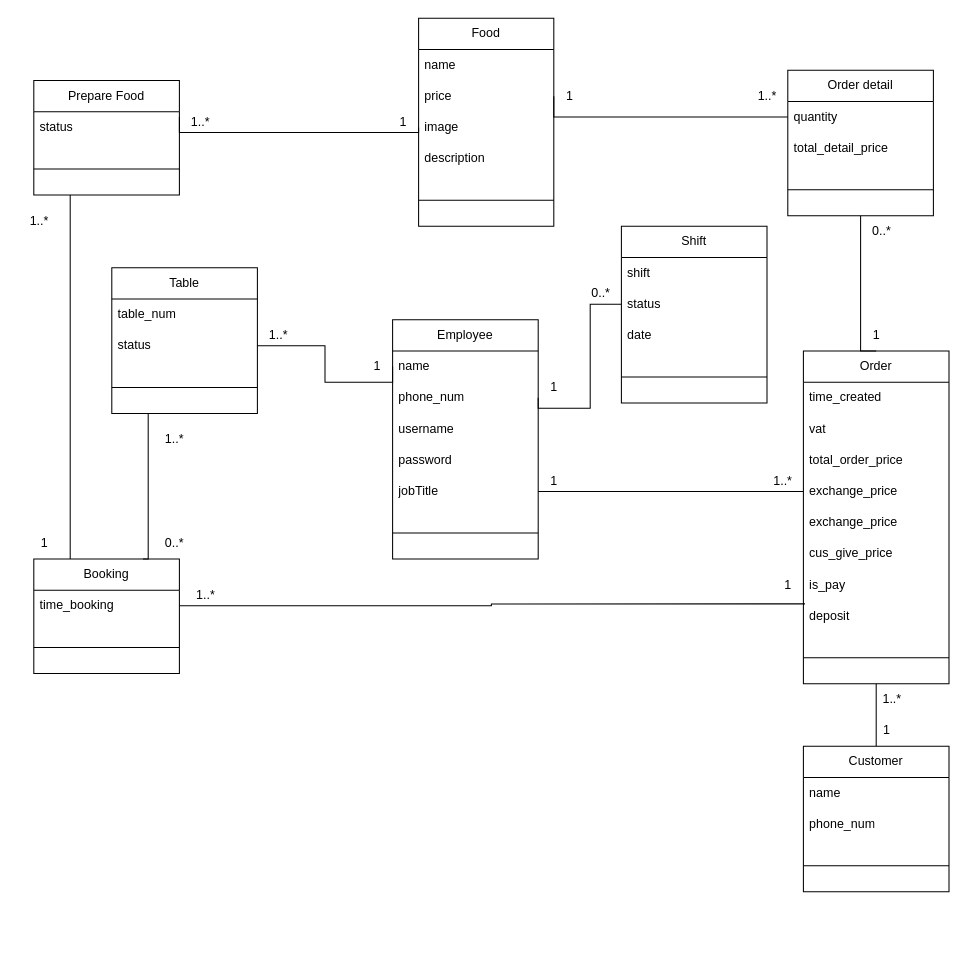
This is class-diagram.drawio from MaiNhatHoangY2001/HLFood, a draw.io file, before an edit. Source tidied: cells renumbered, new cells numbered last; positions are measured from the earlier drawing's top-left corner, leaving out a move shared by most shapes. Both pictures are drawn from the tidied source at 104%, with x=0, y=0 at pixel (18, 18).
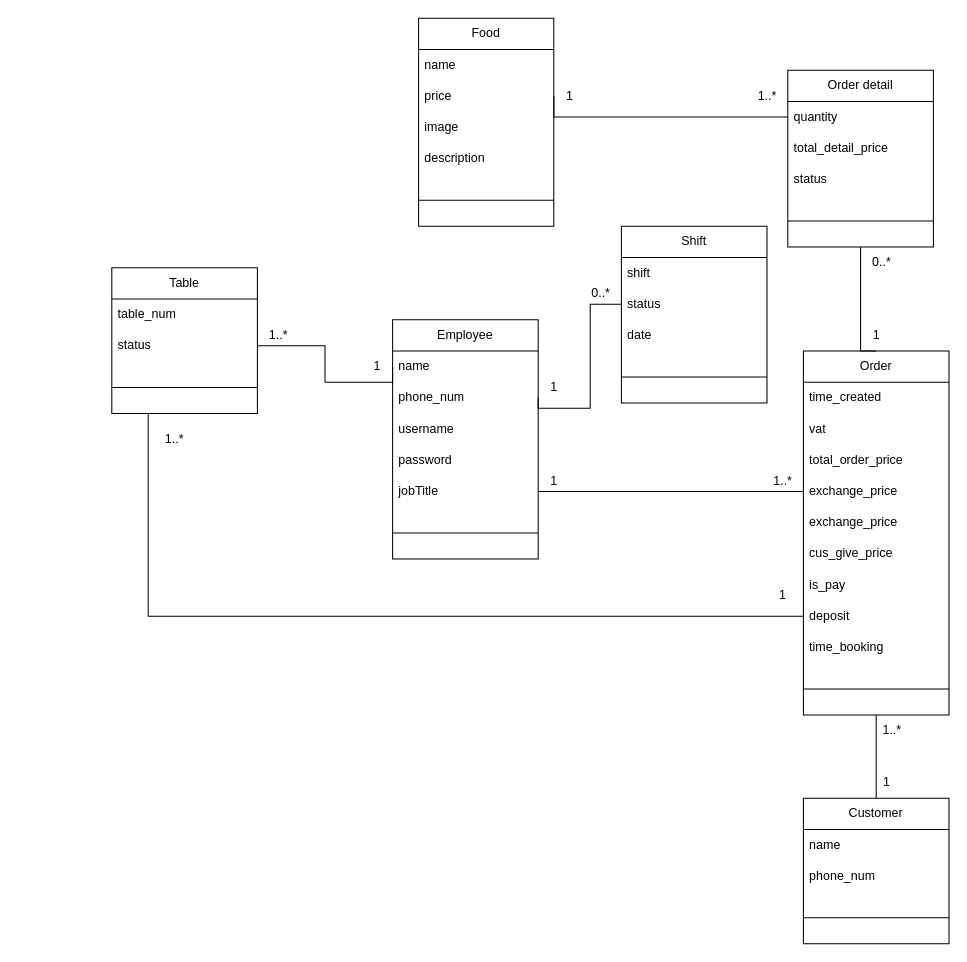
The same page after the edit.

Commit message:
Cập nhật class-diagram.drawio

Unchanged cells that the change refers to:
```xml
<mxCell id="12" value="image" style="text;strokeColor=none;fillColor=none;align=left;verticalAlign=middle;spacingLeft=4;spacingRight=4;overflow=hidden;points=[[0,0.5],[1,0.5]];portConstraint=eastwest;whiteSpace=wrap;html=1;" parent="9" vertex="1">
  <mxGeometry y="90" width="130" height="30" as="geometry" />
</mxCell>
<mxCell id="23" value="deposit" style="text;strokeColor=none;fillColor=none;align=left;verticalAlign=middle;spacingLeft=4;spacingRight=4;overflow=hidden;points=[[0,0.5],[1,0.5]];portConstraint=eastwest;whiteSpace=wrap;html=1;" parent="15" vertex="1">
  <mxGeometry y="240" width="140" height="30" as="geometry" />
</mxCell>
<mxCell id="61" value="Table" style="swimlane;fontStyle=0;horizontal=1;startSize=30;whiteSpace=wrap;html=1;" parent="1" vertex="1">
  <mxGeometry x="90" y="240" width="140" height="140" as="geometry" />
</mxCell>
```

The edit, as a diff of the source:
```diff
@@
     <mxCell id="15" value="Order" style="swimlane;fontStyle=0;horizontal=1;startSize=30;whiteSpace=wrap;html=1;" parent="1" vertex="1">
-      <mxGeometry x="755" y="320" width="140" height="320" as="geometry" />
+      <mxGeometry x="755" y="320" width="140" height="350" as="geometry" />
     </mxCell>
@@
+    <mxCell id="33" value="time_booking" style="text;strokeColor=none;fillColor=none;align=left;verticalAlign=middle;spacingLeft=4;spacingRight=4;overflow=hidden;points=[[0,0.5],[1,0.5]];portConstraint=eastwest;whiteSpace=wrap;html=1;" parent="15" vertex="1">
+      <mxGeometry y="270" width="140" height="30" as="geometry" />
+    </mxCell>
     <mxCell id="24" style="line;html=1;strokeWidth=1;align=left;verticalAlign=middle;spacingTop=-1;spacingLeft=3;spacingRight=3;labelPosition=right;" parent="15" vertex="1">
-      <mxGeometry y="270" width="140" height="50" as="geometry" />
+      <mxGeometry y="300" width="140" height="50" as="geometry" />
     </mxCell>
     <mxCell id="25" value="Order detail" style="swimlane;fontStyle=0;horizontal=1;startSize=30;whiteSpace=wrap;html=1;" parent="1" vertex="1">
-      <mxGeometry x="740" y="50" width="140" height="140" as="geometry" />
+      <mxGeometry x="740" y="50" width="140" height="170" as="geometry" />
     </mxCell>
@@
+    <mxCell id="41" value="status" style="text;strokeColor=none;fillColor=none;align=left;verticalAlign=middle;spacingLeft=4;spacingRight=4;overflow=hidden;points=[[0,0.5],[1,0.5]];portConstraint=eastwest;whiteSpace=wrap;html=1;" parent="25" vertex="1">
+      <mxGeometry y="90" width="140" height="30" as="geometry" />
+    </mxCell>
     <mxCell id="28" style="line;html=1;strokeWidth=1;align=left;verticalAlign=middle;spacingTop=-1;spacingLeft=3;spacingRight=3;labelPosition=right;" parent="25" vertex="1">
-      <mxGeometry y="90" width="140" height="50" as="geometry" />
+      <mxGeometry y="120" width="140" height="50" as="geometry" />
     </mxCell>
@@
-    <mxCell id="31" style="edgeStyle=orthogonalEdgeStyle;rounded=0;jettySize=auto;html=1;exitX=0.25;exitY=0;exitDx=0;exitDy=0;entryX=0.25;entryY=1;entryDx=0;entryDy=0;endArrow=none;endFill=0;" parent="1" edge="1" source="32" target="40">
-      <mxGeometry relative="1" as="geometry" />
-    </mxCell>
-    <mxCell id="32" value="Booking" style="swimlane;fontStyle=0;horizontal=1;startSize=30;whiteSpace=wrap;html=1;" parent="1" vertex="1">
-      <mxGeometry x="15" y="520" width="140" height="110" as="geometry" />
-    </mxCell>
-    <mxCell id="33" value="time_booking" style="text;strokeColor=none;fillColor=none;align=left;verticalAlign=middle;spacingLeft=4;spacingRight=4;overflow=hidden;points=[[0,0.5],[1,0.5]];portConstraint=eastwest;whiteSpace=wrap;html=1;" parent="32" vertex="1">
-      <mxGeometry y="30" width="140" height="30" as="geometry" />
-    </mxCell>
-    <mxCell id="34" style="line;html=1;strokeWidth=1;align=left;verticalAlign=middle;spacingTop=-1;spacingLeft=3;spacingRight=3;labelPosition=right;" parent="32" vertex="1">
-      <mxGeometry y="60" width="140" height="50" as="geometry" />
-    </mxCell>
@@
     <mxCell id="36" value="Customer" style="swimlane;fontStyle=0;horizontal=1;startSize=30;whiteSpace=wrap;html=1;" parent="1" vertex="1">
-      <mxGeometry x="755" y="700" width="140" height="140" as="geometry" />
+      <mxGeometry x="755" y="750" width="140" height="140" as="geometry" />
     </mxCell>
@@
-    <mxCell id="40" value="Prepare Food" style="swimlane;fontStyle=0;horizontal=1;startSize=30;whiteSpace=wrap;html=1;" parent="1" vertex="1">
-      <mxGeometry x="15" y="60" width="140" height="110" as="geometry" />
-    </mxCell>
-    <mxCell id="41" value="status" style="text;strokeColor=none;fillColor=none;align=left;verticalAlign=middle;spacingLeft=4;spacingRight=4;overflow=hidden;points=[[0,0.5],[1,0.5]];portConstraint=eastwest;whiteSpace=wrap;html=1;" parent="40" vertex="1">
-      <mxGeometry y="30" width="140" height="30" as="geometry" />
-    </mxCell>
-    <mxCell id="42" style="line;html=1;strokeWidth=1;align=left;verticalAlign=middle;spacingTop=-1;spacingLeft=3;spacingRight=3;labelPosition=right;" parent="40" vertex="1">
-      <mxGeometry y="60" width="140" height="50" as="geometry" />
-    </mxCell>
-    <mxCell id="43" style="edgeStyle=orthogonalEdgeStyle;rounded=0;jettySize=auto;html=1;exitX=0;exitY=0.5;exitDx=0;exitDy=0;entryX=1;entryY=0.167;entryDx=0;entryDy=0;entryPerimeter=0;endArrow=none;endFill=0;" parent="1" edge="1" source="12" target="41">
-      <mxGeometry relative="1" as="geometry">
-        <Array as="points">
-          <mxPoint x="385" y="110" />
-          <mxPoint x="155" y="110" />
-        </Array>
-      </mxGeometry>
-    </mxCell>
@@
     <mxCell id="47" value="0..*" style="text;html=1;align=center;verticalAlign=middle;strokeColor=none;fillColor=none;" parent="1" vertex="1">
-      <mxGeometry x="810" y="190" width="40" height="30" as="geometry" />
+      <mxGeometry x="810" y="220" width="40" height="30" as="geometry" />
     </mxCell>
-    <mxCell id="48" value="1" style="text;html=1;align=center;verticalAlign=middle;strokeColor=none;fillColor=none;" parent="1" vertex="1">
-      <mxGeometry x="355" y="85" width="30" height="30" as="geometry" />
-    </mxCell>
-    <mxCell id="49" value="1..*" style="text;html=1;align=center;verticalAlign=middle;strokeColor=none;fillColor=none;" parent="1" vertex="1">
-      <mxGeometry x="155" y="85" width="40" height="30" as="geometry" />
-    </mxCell>
-    <mxCell id="50" value="1" style="text;html=1;align=center;verticalAlign=middle;strokeColor=none;fillColor=none;" parent="1" vertex="1">
-      <mxGeometry x="10" y="490" width="30" height="30" as="geometry" />
-    </mxCell>
-    <mxCell id="51" value="1..*" style="text;html=1;align=center;verticalAlign=middle;strokeColor=none;fillColor=none;" parent="1" vertex="1">
-      <mxGeometry y="180" width="40" height="30" as="geometry" />
-    </mxCell>
     <mxCell id="52" value="1" style="text;html=1;align=center;verticalAlign=middle;strokeColor=none;fillColor=none;" parent="1" vertex="1">
-      <mxGeometry x="725" y="530" width="30" height="30" as="geometry" />
+      <mxGeometry x="720" y="540" width="30" height="30" as="geometry" />
     </mxCell>
-    <mxCell id="53" value="1..*" style="text;html=1;align=center;verticalAlign=middle;strokeColor=none;fillColor=none;" parent="1" vertex="1">
-      <mxGeometry x="160" y="540" width="40" height="30" as="geometry" />
-    </mxCell>
     <mxCell id="54" value="1" style="text;html=1;align=center;verticalAlign=middle;strokeColor=none;fillColor=none;" parent="1" vertex="1">
-      <mxGeometry x="820" y="670" width="30" height="30" as="geometry" />
+      <mxGeometry x="820" y="720" width="30" height="30" as="geometry" />
     </mxCell>
     <mxCell id="55" value="1..*" style="text;html=1;align=center;verticalAlign=middle;strokeColor=none;fillColor=none;" parent="1" vertex="1">
-      <mxGeometry x="820" y="640" width="40" height="30" as="geometry" />
+      <mxGeometry x="820" y="670" width="40" height="30" as="geometry" />
     </mxCell>
@@
-    <mxCell id="60" style="edgeStyle=orthogonalEdgeStyle;rounded=0;jettySize=auto;html=1;exitX=0.25;exitY=1;exitDx=0;exitDy=0;entryX=0.75;entryY=0;entryDx=0;entryDy=0;endArrow=none;endFill=0;" parent="1" edge="1" source="61" target="32">
+    <mxCell id="60" style="edgeStyle=orthogonalEdgeStyle;rounded=0;jettySize=auto;html=1;exitX=0.25;exitY=1;exitDx=0;exitDy=0;endArrow=none;endFill=0;entryX=0;entryY=0.5;entryDx=0;entryDy=0;" parent="1" edge="1" source="61" target="23">
       <mxGeometry relative="1" as="geometry">
         <Array as="points">
-          <mxPoint x="125" y="520" />
+          <mxPoint x="125" y="575" />
         </Array>
       </mxGeometry>
     </mxCell>
@@
-    <mxCell id="66" value="0..*" style="text;html=1;align=center;verticalAlign=middle;strokeColor=none;fillColor=none;" parent="1" vertex="1">
-      <mxGeometry x="130" y="490" width="40" height="30" as="geometry" />
-    </mxCell>
@@
-    <mxCell id="76" style="edgeStyle=orthogonalEdgeStyle;rounded=0;jettySize=auto;html=1;exitX=1;exitY=0.5;exitDx=0;exitDy=0;endArrow=none;endFill=0;entryX=0.011;entryY=0.105;entryDx=0;entryDy=0;entryPerimeter=0;" parent="1" edge="1" source="33" target="23">
-      <mxGeometry relative="1" as="geometry" />
-    </mxCell>
```
